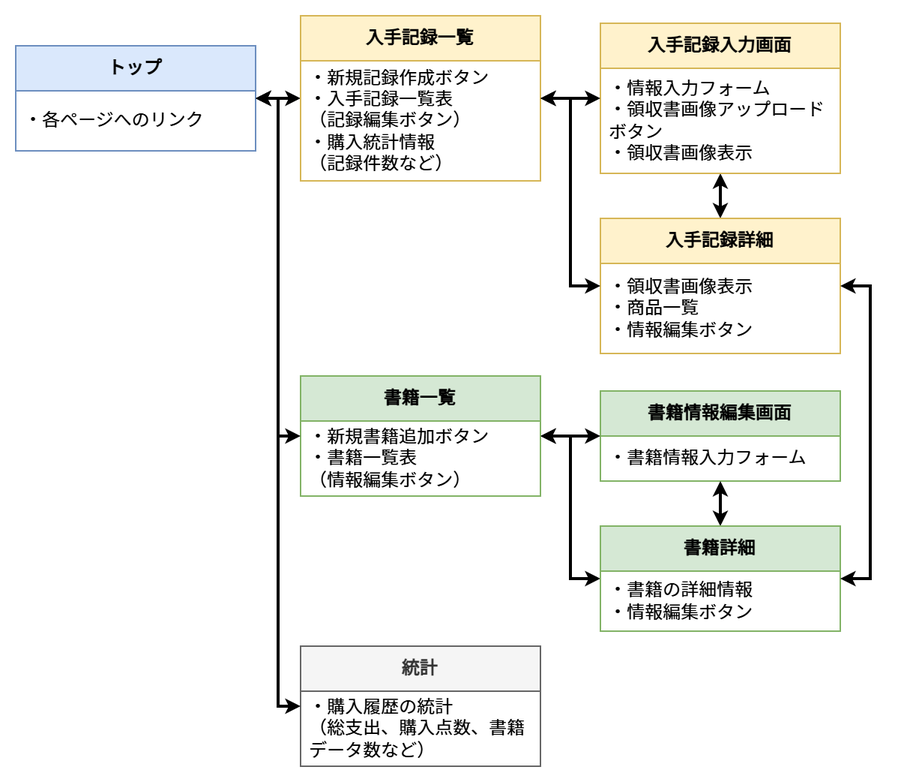
Above: docs/画面遷移図.drawio.png in sm-miki/LivreRecords (draw.io), before the change. Source tidied: cells renumbered, new cells last; positions are measured from the earlier drawing's top-left corner, leaving out a move shared by most shapes. Its diagram source:
```xml
<mxGraphModel>
  <root>
    <mxCell id="0" />
    <mxCell id="1" parent="0" />
    <mxCell id="2" style="edgeStyle=elbowEdgeStyle;rounded=0;jettySize=auto;html=1;fontColor=#000000;startArrow=classic;startFill=1;endSize=4;strokeWidth=2;endArrow=classic;endFill=1;startSize=4;" parent="1" edge="1" source="3" target="5">
      <mxGeometry relative="1" as="geometry" />
    </mxCell>
    <mxCell id="3" value="&lt;span style=&quot;font-weight: 700&quot;&gt;トップ&lt;/span&gt;" style="swimlane;fontStyle=0;horizontal=1;startSize=30;whiteSpace=wrap;html=1;fillColor=#dae8fc;strokeColor=#6c8ebf;" parent="1" vertex="1">
      <mxGeometry y="20" width="160" height="70" as="geometry" />
    </mxCell>
    <mxCell id="4" value="・各ページへのリンク" style="text;strokeColor=none;fillColor=none;align=left;verticalAlign=middle;spacingLeft=4;spacingRight=4;overflow=hidden;whiteSpace=wrap;html=1;" parent="3" vertex="1">
      <mxGeometry y="30" width="160" height="40" as="geometry" />
    </mxCell>
    <mxCell id="5" value="&lt;span style=&quot;font-weight: 700;&quot;&gt;入手記録&lt;/span&gt;&lt;span style=&quot;font-weight: 700; background-color: transparent; color: light-dark(rgb(0, 0, 0), rgb(255, 255, 255));&quot;&gt;一覧&lt;/span&gt;" style="swimlane;fontStyle=0;horizontal=1;startSize=30;whiteSpace=wrap;html=1;fillColor=#fff2cc;strokeColor=#d6b656;" parent="1" vertex="1">
      <mxGeometry x="190" width="160" height="110" as="geometry" />
    </mxCell>
    <mxCell id="6" value="&lt;div&gt;&lt;span style=&quot;background-color: transparent; color: light-dark(rgb(0, 0, 0), rgb(255, 255, 255));&quot;&gt;・新規記録作成ボタン&lt;/span&gt;&lt;/div&gt;&lt;div&gt;・入手記録一覧表&lt;br&gt;（記録編集ボタン）&lt;br&gt;・購入統計情報&lt;br&gt;（記録件数など）&lt;/div&gt;" style="text;strokeColor=none;fillColor=none;align=left;verticalAlign=middle;spacingLeft=4;spacingRight=4;overflow=hidden;whiteSpace=wrap;html=1;" parent="5" vertex="1">
      <mxGeometry y="30" width="160" height="80" as="geometry" />
    </mxCell>
    <mxCell id="7" style="edgeStyle=elbowEdgeStyle;shape=connector;rounded=0;jettySize=auto;html=1;labelBackgroundColor=default;fontFamily=Helvetica;fontSize=11;fontColor=#000000;startArrow=classic;startFill=1;endArrow=classic;endFill=1;endSize=4;strokeColor=default;strokeWidth=2;startSize=4;" parent="1" edge="1" source="8" target="18">
      <mxGeometry relative="1" as="geometry" />
    </mxCell>
    <mxCell id="8" value="&lt;span style=&quot;font-weight: 700;&quot;&gt;書籍一覧&lt;/span&gt;" style="swimlane;fontStyle=0;horizontal=1;startSize=30;whiteSpace=wrap;html=1;fillColor=#d5e8d4;strokeColor=#82b366;" parent="1" vertex="1">
      <mxGeometry x="190" y="240" width="160" height="80" as="geometry" />
    </mxCell>
    <mxCell id="9" value="&lt;div&gt;・新規書籍追加ボタン&lt;/div&gt;&lt;div&gt;・書籍一覧表&lt;br&gt;（情報編集ボタン）&lt;/div&gt;" style="text;strokeColor=none;fillColor=none;align=left;verticalAlign=middle;spacingLeft=4;spacingRight=4;overflow=hidden;whiteSpace=wrap;html=1;" parent="8" vertex="1">
      <mxGeometry y="30" width="160" height="50" as="geometry" />
    </mxCell>
    <mxCell id="10" style="edgeStyle=elbowEdgeStyle;rounded=0;jettySize=auto;html=1;fontColor=#000000;startArrow=classic;startFill=1;endSize=4;strokeWidth=2;endArrow=classic;endFill=1;startSize=4;" parent="1" edge="1" source="3" target="8">
      <mxGeometry relative="1" as="geometry" />
    </mxCell>
    <mxCell id="11" value="&lt;b&gt;書籍情報編集画面&lt;/b&gt;" style="swimlane;fontStyle=0;horizontal=1;startSize=30;whiteSpace=wrap;html=1;fillColor=#d5e8d4;strokeColor=#82b366;" parent="1" vertex="1">
      <mxGeometry x="390" y="250" width="160" height="60" as="geometry" />
    </mxCell>
    <mxCell id="12" value="・書籍情報入力フォーム" style="text;strokeColor=none;fillColor=none;align=left;verticalAlign=middle;spacingLeft=4;spacingRight=4;overflow=hidden;whiteSpace=wrap;html=1;" parent="11" vertex="1">
      <mxGeometry y="30" width="160" height="30" as="geometry" />
    </mxCell>
    <mxCell id="13" style="edgeStyle=elbowEdgeStyle;shape=connector;rounded=0;jettySize=auto;html=1;labelBackgroundColor=default;fontFamily=Helvetica;fontSize=11;fontColor=#000000;startArrow=classic;startFill=1;endArrow=classic;endFill=1;endSize=4;strokeColor=default;strokeWidth=2;startSize=4;" parent="1" edge="1" source="14" target="20">
      <mxGeometry relative="1" as="geometry" />
    </mxCell>
    <mxCell id="14" value="&lt;b&gt;入手記録詳細&lt;/b&gt;" style="swimlane;fontStyle=0;horizontal=1;startSize=30;whiteSpace=wrap;html=1;fillColor=#fff2cc;strokeColor=#d6b656;" parent="1" vertex="1">
      <mxGeometry x="390" y="135" width="160" height="90" as="geometry" />
    </mxCell>
    <mxCell id="15" value="&lt;div&gt;&lt;span&gt;・領収書画像表示&lt;/span&gt;&lt;br&gt;&lt;/div&gt;&lt;div&gt;&lt;span&gt;・商品一覧&lt;/span&gt;&lt;/div&gt;&lt;div&gt;・情報編集ボタン&lt;/div&gt;" style="text;strokeColor=none;fillColor=none;align=left;verticalAlign=middle;spacingLeft=4;spacingRight=4;overflow=hidden;whiteSpace=wrap;html=1;" parent="14" vertex="1">
      <mxGeometry y="30" width="160" height="60" as="geometry" />
    </mxCell>
    <mxCell id="16" style="edgeStyle=elbowEdgeStyle;shape=connector;rounded=0;jettySize=auto;html=1;labelBackgroundColor=default;fontFamily=Helvetica;fontSize=11;fontColor=#000000;startArrow=classic;startFill=1;endArrow=classic;endFill=1;endSize=4;strokeColor=default;strokeWidth=2;startSize=4;" parent="1" edge="1" source="5" target="14">
      <mxGeometry relative="1" as="geometry" />
    </mxCell>
    <mxCell id="17" style="edgeStyle=elbowEdgeStyle;shape=connector;rounded=0;jettySize=auto;html=1;labelBackgroundColor=default;fontFamily=Helvetica;fontSize=11;fontColor=#000000;startArrow=classic;startFill=1;endArrow=classic;endFill=1;endSize=4;strokeColor=default;strokeWidth=2;startSize=4;" parent="1" edge="1" source="18" target="11">
      <mxGeometry relative="1" as="geometry" />
    </mxCell>
    <mxCell id="18" value="&lt;span style=&quot;font-weight: 700&quot;&gt;書籍詳細&lt;/span&gt;" style="swimlane;fontStyle=0;horizontal=1;startSize=30;whiteSpace=wrap;html=1;fillColor=#d5e8d4;strokeColor=#82b366;" parent="1" vertex="1">
      <mxGeometry x="390" y="340" width="160" height="70" as="geometry" />
    </mxCell>
    <mxCell id="19" value="・書籍の詳細情報&lt;br&gt;・情報編集ボタン" style="text;strokeColor=none;fillColor=none;align=left;verticalAlign=middle;spacingLeft=4;spacingRight=4;overflow=hidden;whiteSpace=wrap;html=1;" parent="18" vertex="1">
      <mxGeometry y="30" width="160" height="40" as="geometry" />
    </mxCell>
    <mxCell id="20" value="&lt;b&gt;入手記録入力画面&lt;/b&gt;" style="swimlane;fontStyle=0;horizontal=1;startSize=30;whiteSpace=wrap;html=1;fillColor=#fff2cc;strokeColor=#d6b656;" parent="1" vertex="1">
      <mxGeometry x="390" y="5" width="160" height="100" as="geometry" />
    </mxCell>
    <mxCell id="21" value="・情報入力フォーム&lt;br&gt;・領収書画像アップロードボタン&lt;br&gt;・領収書画像表示" style="text;strokeColor=none;fillColor=none;align=left;verticalAlign=middle;spacingLeft=4;spacingRight=4;overflow=hidden;whiteSpace=wrap;html=1;" parent="20" vertex="1">
      <mxGeometry y="30" width="160" height="70" as="geometry" />
    </mxCell>
    <mxCell id="22" value="&lt;span style=&quot;font-weight: 700&quot;&gt;統計&lt;/span&gt;" style="swimlane;fontStyle=0;horizontal=1;startSize=30;whiteSpace=wrap;html=1;fillColor=#f5f5f5;strokeColor=#666666;fontColor=#333333;" parent="1" vertex="1">
      <mxGeometry x="190" y="420" width="160" height="80" as="geometry" />
    </mxCell>
    <mxCell id="23" value="・購入履歴の統計&lt;br&gt;（総支出、購入点数、書籍データ数など）" style="text;strokeColor=none;fillColor=none;align=left;verticalAlign=middle;spacingLeft=4;spacingRight=4;overflow=hidden;whiteSpace=wrap;html=1;" parent="22" vertex="1">
      <mxGeometry y="30" width="160" height="50" as="geometry" />
    </mxCell>
    <mxCell id="24" style="edgeStyle=elbowEdgeStyle;rounded=0;jettySize=auto;html=1;fontColor=#000000;startArrow=classic;startFill=1;endSize=4;strokeWidth=2;endArrow=classic;endFill=1;startSize=4;" parent="1" edge="1" source="3" target="22">
      <mxGeometry relative="1" as="geometry" />
    </mxCell>
    <mxCell id="25" style="edgeStyle=elbowEdgeStyle;shape=connector;rounded=0;jettySize=auto;html=1;labelBackgroundColor=default;fontFamily=Helvetica;fontSize=11;fontColor=#000000;startArrow=classic;startFill=1;endArrow=classic;endFill=1;endSize=4;strokeColor=default;strokeWidth=2;startSize=4;" parent="1" edge="1" source="5" target="20">
      <mxGeometry relative="1" as="geometry" />
    </mxCell>
    <mxCell id="26" style="edgeStyle=elbowEdgeStyle;shape=connector;rounded=0;jettySize=auto;html=1;labelBackgroundColor=default;fontFamily=Helvetica;fontSize=11;fontColor=#000000;startArrow=classic;startFill=1;endArrow=classic;endFill=1;endSize=4;strokeColor=default;strokeWidth=2;startSize=4;" parent="1" edge="1" source="8" target="11">
      <mxGeometry relative="1" as="geometry" />
    </mxCell>
    <mxCell id="27" style="edgeStyle=elbowEdgeStyle;shape=connector;rounded=0;jettySize=auto;html=1;labelBackgroundColor=default;fontFamily=Helvetica;fontSize=11;fontColor=#000000;startArrow=classic;startFill=1;endArrow=classic;endFill=1;endSize=4;strokeColor=default;strokeWidth=2;startSize=4;" parent="1" edge="1" source="18" target="14">
      <mxGeometry relative="1" as="geometry">
        <Array as="points">
          <mxPoint x="570" y="283" />
        </Array>
      </mxGeometry>
    </mxCell>
  </root>
</mxGraphModel>
```
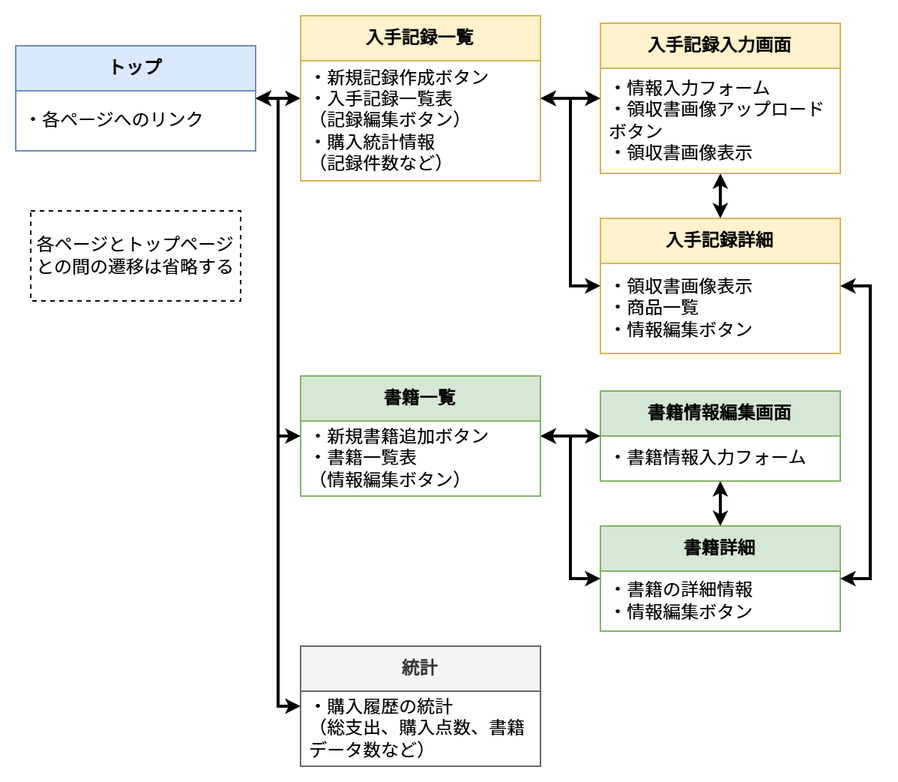
Later version of the same file.

Commit message:
update: 注釈を追加(トップページとの遷移の省略について)

What changed in the source:
```diff
@@ -84,5 +84,8 @@
         </Array>
       </mxGeometry>
     </mxCell>
+    <mxCell id="28" value="各ページとトップページとの間の遷移は省略する" style="text;html=1;align=center;verticalAlign=middle;whiteSpace=wrap;rounded=0;dashed=1;strokeColor=default;" parent="1" vertex="1">
+      <mxGeometry x="10" y="130" width="140" height="60" as="geometry" />
+    </mxCell>
   </root>
 </mxGraphModel>
```
